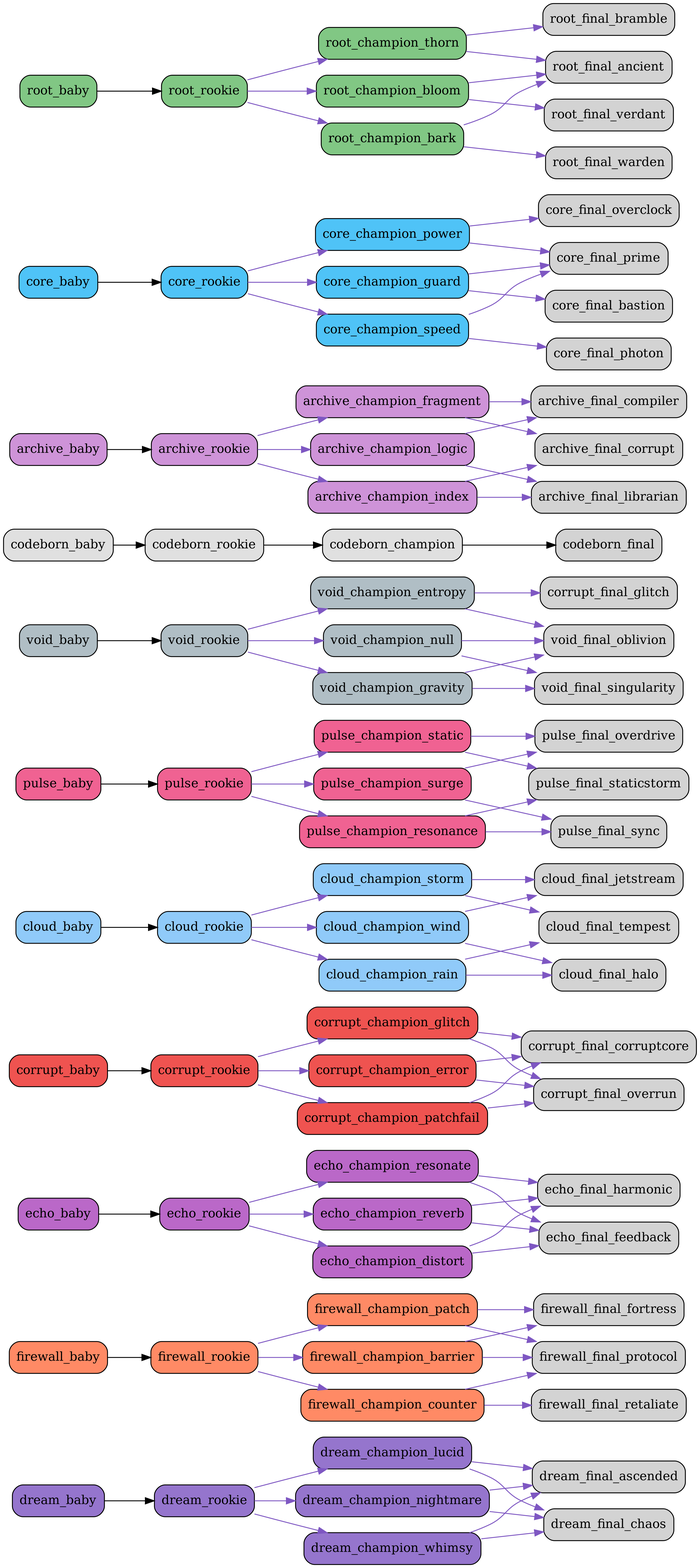
The Graphviz diagram src/netgrid/systems/evolution/graphs/full/evolution_graph.png in bwlight/NetGrid, before a commit. Its source is kept beside it as src/netgrid/systems/evolution/graphs/full/evolution_graph.dot.
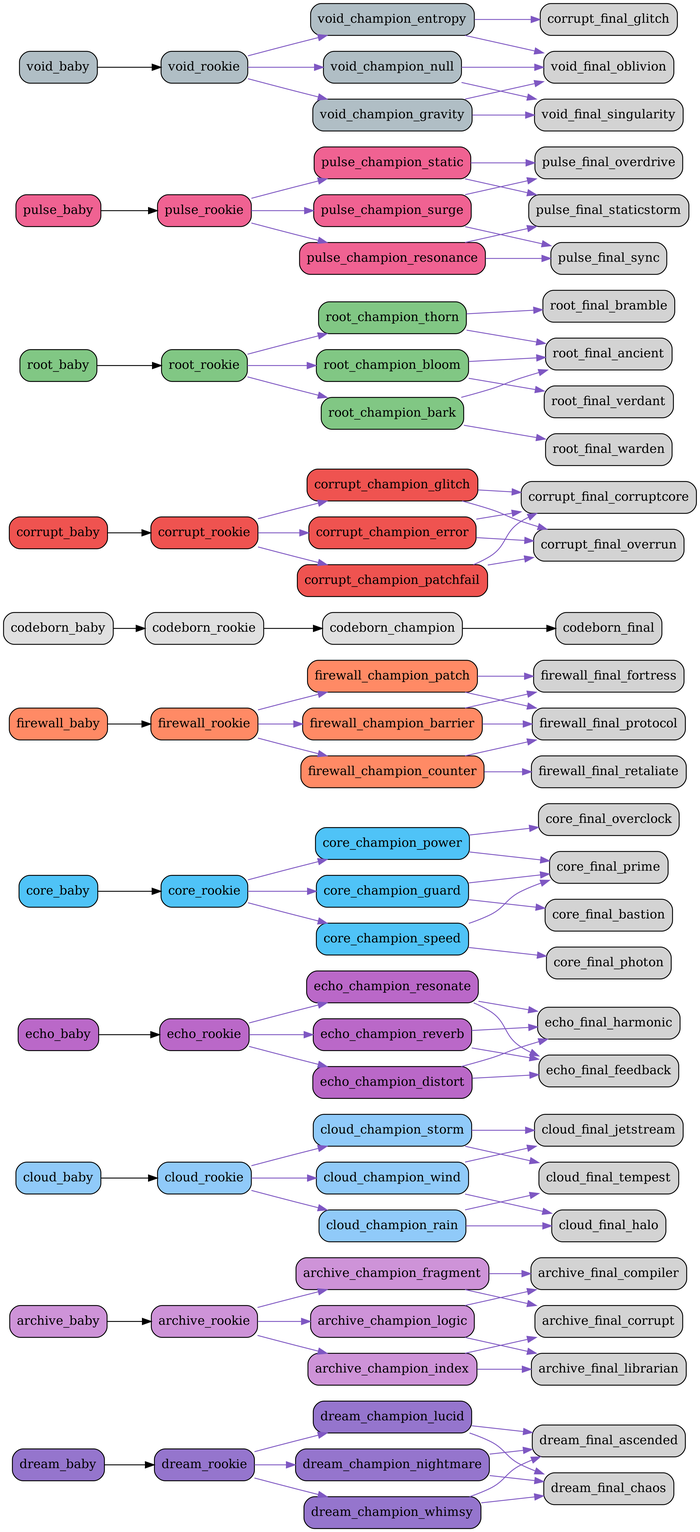
Later version of the same file.

Commit message:
Auto-update evolution graphs

Change to the diagram source:
```diff
@@ -16,6 +16,66 @@
   "dream_champion_whimsy" [fillcolor="#9575cd"];
   "dream_champion_whimsy" -> "dream_final_ascended" [color="#7e57c2"];
   "dream_champion_whimsy" -> "dream_final_chaos" [color="#7e57c2"];
+  "archive_baby" [fillcolor="#ce93d8"];
+  "archive_baby" -> "archive_rookie";
+  "archive_rookie" [fillcolor="#ce93d8"];
+  "archive_rookie" -> "archive_champion_logic" [color="#7e57c2"];
+  "archive_rookie" -> "archive_champion_index" [color="#7e57c2"];
+  "archive_rookie" -> "archive_champion_fragment" [color="#7e57c2"];
+  "archive_champion_logic" [fillcolor="#ce93d8"];
+  "archive_champion_logic" -> "archive_final_compiler" [color="#7e57c2"];
+  "archive_champion_logic" -> "archive_final_librarian" [color="#7e57c2"];
+  "archive_champion_index" [fillcolor="#ce93d8"];
+  "archive_champion_index" -> "archive_final_librarian" [color="#7e57c2"];
+  "archive_champion_index" -> "archive_final_corrupt" [color="#7e57c2"];
+  "archive_champion_fragment" [fillcolor="#ce93d8"];
+  "archive_champion_fragment" -> "archive_final_corrupt" [color="#7e57c2"];
+  "archive_champion_fragment" -> "archive_final_compiler" [color="#7e57c2"];
+  "cloud_baby" [fillcolor="#90caf9"];
+  "cloud_baby" -> "cloud_rookie";
+  "cloud_rookie" [fillcolor="#90caf9"];
+  "cloud_rookie" -> "cloud_champion_wind" [color="#7e57c2"];
+  "cloud_rookie" -> "cloud_champion_rain" [color="#7e57c2"];
+  "cloud_rookie" -> "cloud_champion_storm" [color="#7e57c2"];
+  "cloud_champion_wind" [fillcolor="#90caf9"];
+  "cloud_champion_wind" -> "cloud_final_jetstream" [color="#7e57c2"];
+  "cloud_champion_wind" -> "cloud_final_halo" [color="#7e57c2"];
+  "cloud_champion_rain" [fillcolor="#90caf9"];
+  "cloud_champion_rain" -> "cloud_final_halo" [color="#7e57c2"];
+  "cloud_champion_rain" -> "cloud_final_tempest" [color="#7e57c2"];
+  "cloud_champion_storm" [fillcolor="#90caf9"];
+  "cloud_champion_storm" -> "cloud_final_tempest" [color="#7e57c2"];
+  "cloud_champion_storm" -> "cloud_final_jetstream" [color="#7e57c2"];
+  "echo_baby" [fillcolor="#ba68c8"];
+  "echo_baby" -> "echo_rookie";
+  "echo_rookie" [fillcolor="#ba68c8"];
+  "echo_rookie" -> "echo_champion_resonate" [color="#7e57c2"];
+  "echo_rookie" -> "echo_champion_reverb" [color="#7e57c2"];
+  "echo_rookie" -> "echo_champion_distort" [color="#7e57c2"];
+  "echo_champion_resonate" [fillcolor="#ba68c8"];
+  "echo_champion_resonate" -> "echo_final_harmonic" [color="#7e57c2"];
+  "echo_champion_resonate" -> "echo_final_feedback" [color="#7e57c2"];
+  "echo_champion_reverb" [fillcolor="#ba68c8"];
+  "echo_champion_reverb" -> "echo_final_feedback" [color="#7e57c2"];
+  "echo_champion_reverb" -> "echo_final_harmonic" [color="#7e57c2"];
+  "echo_champion_distort" [fillcolor="#ba68c8"];
+  "echo_champion_distort" -> "echo_final_feedback" [color="#7e57c2"];
+  "echo_champion_distort" -> "echo_final_harmonic" [color="#7e57c2"];
+  "core_baby" [fillcolor="#4fc3f7"];
+  "core_baby" -> "core_rookie";
+  "core_rookie" [fillcolor="#4fc3f7"];
+  "core_rookie" -> "core_champion_power" [color="#7e57c2"];
+  "core_rookie" -> "core_champion_guard" [color="#7e57c2"];
+  "core_rookie" -> "core_champion_speed" [color="#7e57c2"];
+  "core_champion_power" [fillcolor="#4fc3f7"];
+  "core_champion_power" -> "core_final_overclock" [color="#7e57c2"];
+  "core_champion_power" -> "core_final_prime" [color="#7e57c2"];
+  "core_champion_guard" [fillcolor="#4fc3f7"];
+  "core_champion_guard" -> "core_final_bastion" [color="#7e57c2"];
+  "core_champion_guard" -> "core_final_prime" [color="#7e57c2"];
+  "core_champion_speed" [fillcolor="#4fc3f7"];
+  "core_champion_speed" -> "core_final_photon" [color="#7e57c2"];
+  "core_champion_speed" -> "core_final_prime" [color="#7e57c2"];
   "firewall_baby" [fillcolor="#ff8a65"];
   "firewall_baby" -> "firewall_rookie";
   "firewall_rookie" [fillcolor="#ff8a65"];
@@ -31,21 +91,12 @@
   "firewall_champion_patch" [fillcolor="#ff8a65"];
   "firewall_champion_patch" -> "firewall_final_protocol" [color="#7e57c2"];
   "firewall_champion_patch" -> "firewall_final_fortress" [color="#7e57c2"];
-  "echo_baby" [fillcolor="#ba68c8"];
-  "echo_baby" -> "echo_rookie";
-  "echo_rookie" [fillcolor="#ba68c8"];
-  "echo_rookie" -> "echo_champion_resonate" [color="#7e57c2"];
-  "echo_rookie" -> "echo_champion_reverb" [color="#7e57c2"];
-  "echo_rookie" -> "echo_champion_distort" [color="#7e57c2"];
-  "echo_champion_resonate" [fillcolor="#ba68c8"];
-  "echo_champion_resonate" -> "echo_final_harmonic" [color="#7e57c2"];
-  "echo_champion_resonate" -> "echo_final_feedback" [color="#7e57c2"];
-  "echo_champion_reverb" [fillcolor="#ba68c8"];
-  "echo_champion_reverb" -> "echo_final_feedback" [color="#7e57c2"];
-  "echo_champion_reverb" -> "echo_final_harmonic" [color="#7e57c2"];
-  "echo_champion_distort" [fillcolor="#ba68c8"];
-  "echo_champion_distort" -> "echo_final_feedback" [color="#7e57c2"];
-  "echo_champion_distort" -> "echo_final_harmonic" [color="#7e57c2"];
+  "codeborn_baby" [fillcolor="#e0e0e0"];
+  "codeborn_baby" -> "codeborn_rookie";
+  "codeborn_rookie" [fillcolor="#e0e0e0"];
+  "codeborn_rookie" -> "codeborn_champion";
+  "codeborn_champion" [fillcolor="#e0e0e0"];
+  "codeborn_champion" -> "codeborn_final";
   "corrupt_baby" [fillcolor="#ef5350"];
   "corrupt_baby" -> "corrupt_rookie";
   "corrupt_rookie" [fillcolor="#ef5350"];
@@ -61,21 +112,21 @@
   "corrupt_champion_patchfail" [fillcolor="#ef5350"];
   "corrupt_champion_patchfail" -> "corrupt_final_corruptcore" [color="#7e57c2"];
   "corrupt_champion_patchfail" -> "corrupt_final_overrun" [color="#7e57c2"];
-  "cloud_baby" [fillcolor="#90caf9"];
-  "cloud_baby" -> "cloud_rookie";
-  "cloud_rookie" [fillcolor="#90caf9"];
-  "cloud_rookie" -> "cloud_champion_wind" [color="#7e57c2"];
-  "cloud_rookie" -> "cloud_champion_rain" [color="#7e57c2"];
-  "cloud_rookie" -> "cloud_champion_storm" [color="#7e57c2"];
-  "cloud_champion_wind" [fillcolor="#90caf9"];
-  "cloud_champion_wind" -> "cloud_final_jetstream" [color="#7e57c2"];
-  "cloud_champion_wind" -> "cloud_final_halo" [color="#7e57c2"];
-  "cloud_champion_rain" [fillcolor="#90caf9"];
-  "cloud_champion_rain" -> "cloud_final_halo" [color="#7e57c2"];
-  "cloud_champion_rain" -> "cloud_final_tempest" [color="#7e57c2"];
-  "cloud_champion_storm" [fillcolor="#90caf9"];
-  "cloud_champion_storm" -> "cloud_final_tempest" [color="#7e57c2"];
-  "cloud_champion_storm" -> "cloud_final_jetstream" [color="#7e57c2"];
+  "root_baby" [fillcolor="#81c784"];
+  "root_baby" -> "root_rookie";
+  "root_rookie" [fillcolor="#81c784"];
+  "root_rookie" -> "root_champion_thorn" [color="#7e57c2"];
+  "root_rookie" -> "root_champion_bloom" [color="#7e57c2"];
+  "root_rookie" -> "root_champion_bark" [color="#7e57c2"];
+  "root_champion_thorn" [fillcolor="#81c784"];
+  "root_champion_thorn" -> "root_final_bramble" [color="#7e57c2"];
+  "root_champion_thorn" -> "root_final_ancient" [color="#7e57c2"];
+  "root_champion_bloom" [fillcolor="#81c784"];
+  "root_champion_bloom" -> "root_final_ancient" [color="#7e57c2"];
+  "root_champion_bloom" -> "root_final_verdant" [color="#7e57c2"];
+  "root_champion_bark" [fillcolor="#81c784"];
+  "root_champion_bark" -> "root_final_warden" [color="#7e57c2"];
+  "root_champion_bark" -> "root_final_ancient" [color="#7e57c2"];
   "pulse_baby" [fillcolor="#f06292"];
   "pulse_baby" -> "pulse_rookie";
   "pulse_rookie" [fillcolor="#f06292"];
@@ -106,55 +157,4 @@
   "void_champion_null" [fillcolor="#b0bec5"];
   "void_champion_null" -> "void_final_oblivion" [color="#7e57c2"];
   "void_champion_null" -> "void_final_singularity" [color="#7e57c2"];
-  "codeborn_baby" [fillcolor="#e0e0e0"];
-  "codeborn_baby" -> "codeborn_rookie";
-  "codeborn_rookie" [fillcolor="#e0e0e0"];
-  "codeborn_rookie" -> "codeborn_champion";
-  "codeborn_champion" [fillcolor="#e0e0e0"];
-  "codeborn_champion" -> "codeborn_final";
-  "archive_baby" [fillcolor="#ce93d8"];
-  "archive_baby" -> "archive_rookie";
-  "archive_rookie" [fillcolor="#ce93d8"];
-  "archive_rookie" -> "archive_champion_logic" [color="#7e57c2"];
-  "archive_rookie" -> "archive_champion_index" [color="#7e57c2"];
-  "archive_rookie" -> "archive_champion_fragment" [color="#7e57c2"];
-  "archive_champion_logic" [fillcolor="#ce93d8"];
-  "archive_champion_logic" -> "archive_final_compiler" [color="#7e57c2"];
-  "archive_champion_logic" -> "archive_final_librarian" [color="#7e57c2"];
-  "archive_champion_index" [fillcolor="#ce93d8"];
-  "archive_champion_index" -> "archive_final_librarian" [color="#7e57c2"];
-  "archive_champion_index" -> "archive_final_corrupt" [color="#7e57c2"];
-  "archive_champion_fragment" [fillcolor="#ce93d8"];
-  "archive_champion_fragment" -> "archive_final_corrupt" [color="#7e57c2"];
-  "archive_champion_fragment" -> "archive_final_compiler" [color="#7e57c2"];
-  "core_baby" [fillcolor="#4fc3f7"];
-  "core_baby" -> "core_rookie";
-  "core_rookie" [fillcolor="#4fc3f7"];
-  "core_rookie" -> "core_champion_power" [color="#7e57c2"];
-  "core_rookie" -> "core_champion_guard" [color="#7e57c2"];
-  "core_rookie" -> "core_champion_speed" [color="#7e57c2"];
-  "core_champion_power" [fillcolor="#4fc3f7"];
-  "core_champion_power" -> "core_final_overclock" [color="#7e57c2"];
-  "core_champion_power" -> "core_final_prime" [color="#7e57c2"];
-  "core_champion_guard" [fillcolor="#4fc3f7"];
-  "core_champion_guard" -> "core_final_bastion" [color="#7e57c2"];
-  "core_champion_guard" -> "core_final_prime" [color="#7e57c2"];
-  "core_champion_speed" [fillcolor="#4fc3f7"];
-  "core_champion_speed" -> "core_final_photon" [color="#7e57c2"];
-  "core_champion_speed" -> "core_final_prime" [color="#7e57c2"];
-  "root_baby" [fillcolor="#81c784"];
-  "root_baby" -> "root_rookie";
-  "root_rookie" [fillcolor="#81c784"];
-  "root_rookie" -> "root_champion_thorn" [color="#7e57c2"];
-  "root_rookie" -> "root_champion_bloom" [color="#7e57c2"];
-  "root_rookie" -> "root_champion_bark" [color="#7e57c2"];
-  "root_champion_thorn" [fillcolor="#81c784"];
-  "root_champion_thorn" -> "root_final_bramble" [color="#7e57c2"];
-  "root_champion_thorn" -> "root_final_ancient" [color="#7e57c2"];
-  "root_champion_bloom" [fillcolor="#81c784"];
-  "root_champion_bloom" -> "root_final_ancient" [color="#7e57c2"];
-  "root_champion_bloom" -> "root_final_verdant" [color="#7e57c2"];
-  "root_champion_bark" [fillcolor="#81c784"];
-  "root_champion_bark" -> "root_final_warden" [color="#7e57c2"];
-  "root_champion_bark" -> "root_final_ancient" [color="#7e57c2"];
 }
```
